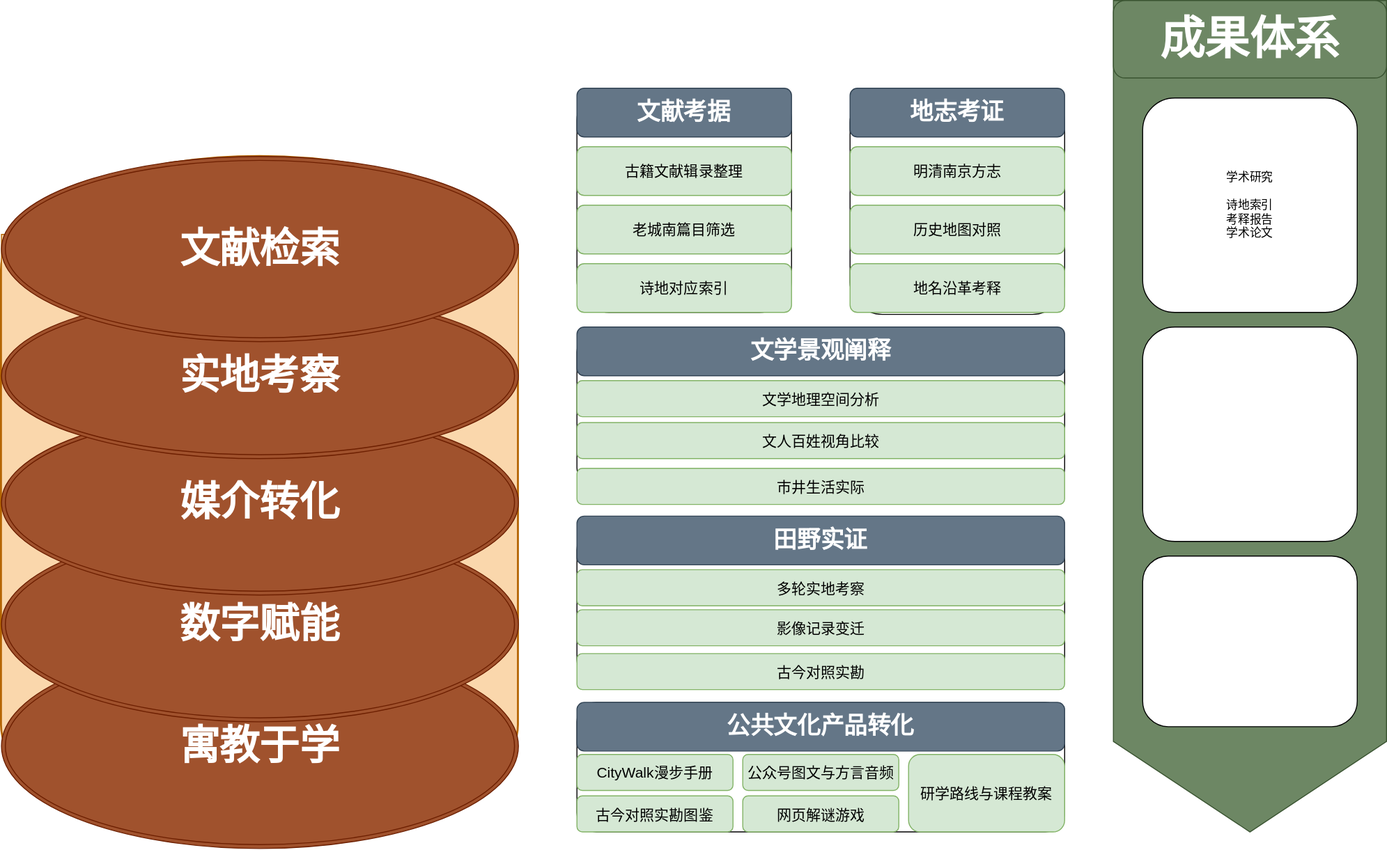
Before: 2.drawio.svg, a diagram exported from draw.io (shuxilin06/ToMyLife2.0). Source tidied: cells renumbered, new cells last; positions are measured from the earlier drawing's top-left corner, leaving out a move shared by most shapes.
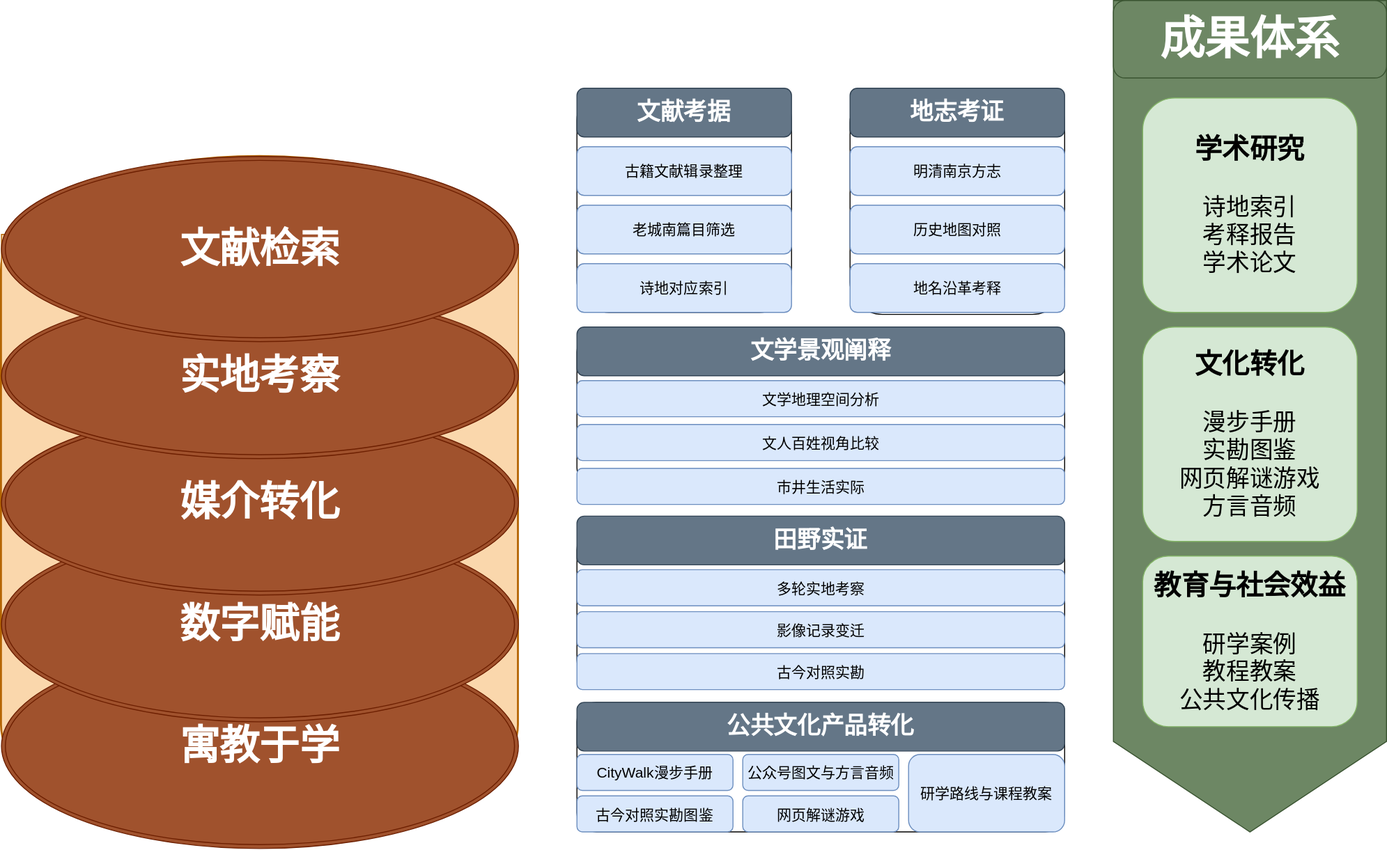
Later version of the same file.

The edit, as a diff of the source:
```diff
@@ -44,67 +44,67 @@
     <mxCell id="15" value="文献考据" style="rounded=1;whiteSpace=wrap;html=1;roundedPerimeter=1;fillColor=#647687;strokeColor=#314354;fontColor=#ffffff;fontSize=24;fontStyle=1;" parent="1" vertex="1">
       <mxGeometry x="590" y="90" width="220" height="50" as="geometry" />
     </mxCell>
-    <mxCell id="16" value="古籍文献辑录整理" style="rounded=1;whiteSpace=wrap;html=1;roundedPerimeter=1;fillColor=#d5e8d4;strokeColor=#82b366;fontSize=15;" parent="1" vertex="1">
+    <mxCell id="16" value="古籍文献辑录整理" style="rounded=1;whiteSpace=wrap;html=1;roundedPerimeter=1;fillColor=#dae8fc;strokeColor=#6c8ebf;fontSize=15;" parent="1" vertex="1">
       <mxGeometry x="590" y="150" width="220" height="50" as="geometry" />
     </mxCell>
-    <mxCell id="17" value="老城南篇目筛选" style="rounded=1;whiteSpace=wrap;html=1;roundedPerimeter=1;fillColor=#d5e8d4;strokeColor=#82b366;fontSize=15;" parent="1" vertex="1">
+    <mxCell id="17" value="老城南篇目筛选" style="rounded=1;whiteSpace=wrap;html=1;roundedPerimeter=1;fillColor=#dae8fc;strokeColor=#6c8ebf;fontSize=15;" parent="1" vertex="1">
       <mxGeometry x="590" y="210" width="220" height="50" as="geometry" />
     </mxCell>
-    <mxCell id="18" value="诗地对应索引" style="rounded=1;whiteSpace=wrap;html=1;roundedPerimeter=1;fillColor=#d5e8d4;strokeColor=#82b366;fontSize=15;" parent="1" vertex="1">
+    <mxCell id="18" value="诗地对应索引" style="rounded=1;whiteSpace=wrap;html=1;roundedPerimeter=1;fillColor=#dae8fc;strokeColor=#6c8ebf;fontSize=15;" parent="1" vertex="1">
       <mxGeometry x="590" y="270" width="220" height="50" as="geometry" />
     </mxCell>
     <mxCell id="19" value="地志考证" style="rounded=1;whiteSpace=wrap;html=1;roundedPerimeter=1;fillColor=#647687;strokeColor=#314354;fontColor=#ffffff;fontSize=24;fontStyle=1;" parent="1" vertex="1">
       <mxGeometry x="870" y="90" width="220" height="50" as="geometry" />
     </mxCell>
-    <mxCell id="20" value="明清南京方志" style="rounded=1;whiteSpace=wrap;html=1;roundedPerimeter=1;fillColor=#d5e8d4;strokeColor=#82b366;fontSize=15;" parent="1" vertex="1">
+    <mxCell id="20" value="明清南京方志" style="rounded=1;whiteSpace=wrap;html=1;roundedPerimeter=1;fillColor=#dae8fc;strokeColor=#6c8ebf;fontSize=15;" parent="1" vertex="1">
       <mxGeometry x="870" y="150" width="220" height="50" as="geometry" />
     </mxCell>
-    <mxCell id="21" value="历史地图对照" style="rounded=1;whiteSpace=wrap;html=1;roundedPerimeter=1;fillColor=#d5e8d4;strokeColor=#82b366;fontSize=15;" parent="1" vertex="1">
+    <mxCell id="21" value="历史地图对照" style="rounded=1;whiteSpace=wrap;html=1;roundedPerimeter=1;fillColor=#dae8fc;strokeColor=#6c8ebf;fontSize=15;" parent="1" vertex="1">
       <mxGeometry x="870" y="210" width="220" height="50" as="geometry" />
     </mxCell>
-    <mxCell id="22" value="地名沿革考释" style="rounded=1;whiteSpace=wrap;html=1;roundedPerimeter=1;fillColor=#d5e8d4;strokeColor=#82b366;fontSize=15;" parent="1" vertex="1">
+    <mxCell id="22" value="地名沿革考释" style="rounded=1;whiteSpace=wrap;html=1;roundedPerimeter=1;fillColor=#dae8fc;strokeColor=#6c8ebf;fontSize=15;" parent="1" vertex="1">
       <mxGeometry x="870" y="270" width="220" height="50" as="geometry" />
     </mxCell>
     <mxCell id="23" value="文学景观阐释" style="rounded=1;whiteSpace=wrap;html=1;roundedPerimeter=1;fillColor=#647687;strokeColor=#314354;fontColor=#ffffff;fontSize=24;fontStyle=1;" parent="1" vertex="1">
       <mxGeometry x="590" y="335" width="500" height="50" as="geometry" />
     </mxCell>
-    <mxCell id="24" value="文人百姓视角比较" style="rounded=1;whiteSpace=wrap;html=1;roundedPerimeter=1;fillColor=#d5e8d4;strokeColor=#82b366;fontSize=15;" parent="1" vertex="1">
-      <mxGeometry x="590" y="433" width="500" height="37" as="geometry" />
+    <mxCell id="24" value="文人百姓视角比较" style="rounded=1;whiteSpace=wrap;html=1;roundedPerimeter=1;fillColor=#dae8fc;strokeColor=#6c8ebf;fontSize=15;" parent="1" vertex="1">
+      <mxGeometry x="590" y="435" width="500" height="37" as="geometry" />
     </mxCell>
-    <mxCell id="25" value="市井生活实际" style="rounded=1;whiteSpace=wrap;html=1;roundedPerimeter=1;fillColor=#d5e8d4;strokeColor=#82b366;fontSize=15;" parent="1" vertex="1">
+    <mxCell id="25" value="市井生活实际" style="rounded=1;whiteSpace=wrap;html=1;roundedPerimeter=1;fillColor=#dae8fc;strokeColor=#6c8ebf;fontSize=15;" parent="1" vertex="1">
       <mxGeometry x="590" y="480" width="500" height="37" as="geometry" />
     </mxCell>
-    <mxCell id="26" value="文学地理空间分析" style="rounded=1;whiteSpace=wrap;html=1;roundedPerimeter=1;fillColor=#d5e8d4;strokeColor=#82b366;fontSize=15;" parent="1" vertex="1">
+    <mxCell id="26" value="文学地理空间分析" style="rounded=1;whiteSpace=wrap;html=1;roundedPerimeter=1;fillColor=#dae8fc;strokeColor=#6c8ebf;fontSize=15;" parent="1" vertex="1">
       <mxGeometry x="590" y="390" width="500" height="37" as="geometry" />
     </mxCell>
     <mxCell id="27" value="田野实证" style="rounded=1;whiteSpace=wrap;html=1;roundedPerimeter=1;fillColor=#647687;strokeColor=#314354;fontColor=#ffffff;fontSize=24;fontStyle=1;" parent="1" vertex="1">
       <mxGeometry x="590" y="529" width="500" height="50" as="geometry" />
     </mxCell>
-    <mxCell id="28" value="影像记录变迁" style="rounded=1;whiteSpace=wrap;html=1;roundedPerimeter=1;fillColor=#d5e8d4;strokeColor=#82b366;fontSize=15;" parent="1" vertex="1">
-      <mxGeometry x="590" y="625" width="500" height="37" as="geometry" />
+    <mxCell id="28" value="影像记录变迁" style="rounded=1;whiteSpace=wrap;html=1;roundedPerimeter=1;fillColor=#dae8fc;strokeColor=#6c8ebf;fontSize=15;" parent="1" vertex="1">
+      <mxGeometry x="590" y="627" width="500" height="37" as="geometry" />
     </mxCell>
-    <mxCell id="29" value="古今对照实勘" style="rounded=1;whiteSpace=wrap;html=1;roundedPerimeter=1;fillColor=#d5e8d4;strokeColor=#82b366;fontSize=15;" parent="1" vertex="1">
+    <mxCell id="29" value="古今对照实勘" style="rounded=1;whiteSpace=wrap;html=1;roundedPerimeter=1;fillColor=#dae8fc;strokeColor=#6c8ebf;fontSize=15;" parent="1" vertex="1">
       <mxGeometry x="590" y="670" width="500" height="37" as="geometry" />
     </mxCell>
-    <mxCell id="30" value="多轮实地考察" style="rounded=1;whiteSpace=wrap;html=1;roundedPerimeter=1;fillColor=#d5e8d4;strokeColor=#82b366;fontSize=15;" parent="1" vertex="1">
+    <mxCell id="30" value="多轮实地考察" style="rounded=1;whiteSpace=wrap;html=1;roundedPerimeter=1;fillColor=#dae8fc;strokeColor=#6c8ebf;fontSize=15;" parent="1" vertex="1">
       <mxGeometry x="590" y="584" width="500" height="37" as="geometry" />
     </mxCell>
     <mxCell id="31" value="公共文化产品转化" style="rounded=1;whiteSpace=wrap;html=1;roundedPerimeter=1;fillColor=#647687;strokeColor=#314354;fontColor=#ffffff;fontSize=24;fontStyle=1;" parent="1" vertex="1">
       <mxGeometry x="590" y="720" width="500" height="50" as="geometry" />
     </mxCell>
-    <mxCell id="32" value="CityWalk漫步手册" style="rounded=1;whiteSpace=wrap;html=1;roundedPerimeter=1;fillColor=#d5e8d4;strokeColor=#82b366;fontSize=15;" parent="1" vertex="1">
+    <mxCell id="32" value="CityWalk漫步手册" style="rounded=1;whiteSpace=wrap;html=1;roundedPerimeter=1;fillColor=#dae8fc;strokeColor=#6c8ebf;fontSize=15;" parent="1" vertex="1">
       <mxGeometry x="590" y="773.5" width="160" height="37" as="geometry" />
     </mxCell>
-    <mxCell id="33" value="古今对照实勘图鉴" style="rounded=1;whiteSpace=wrap;html=1;roundedPerimeter=1;fillColor=#d5e8d4;strokeColor=#82b366;fontSize=15;" parent="1" vertex="1">
+    <mxCell id="33" value="古今对照实勘图鉴" style="rounded=1;whiteSpace=wrap;html=1;roundedPerimeter=1;fillColor=#dae8fc;strokeColor=#6c8ebf;fontSize=15;" parent="1" vertex="1">
       <mxGeometry x="590" y="816" width="160" height="37" as="geometry" />
     </mxCell>
-    <mxCell id="34" value="公众号图文与方言音频" style="rounded=1;whiteSpace=wrap;html=1;roundedPerimeter=1;fillColor=#d5e8d4;strokeColor=#82b366;fontSize=15;" parent="1" vertex="1">
+    <mxCell id="34" value="公众号图文与方言音频" style="rounded=1;whiteSpace=wrap;html=1;roundedPerimeter=1;fillColor=#dae8fc;strokeColor=#6c8ebf;fontSize=15;" parent="1" vertex="1">
       <mxGeometry x="760" y="773.5" width="160" height="37" as="geometry" />
     </mxCell>
-    <mxCell id="35" value="网页解谜游戏" style="rounded=1;whiteSpace=wrap;html=1;roundedPerimeter=1;fillColor=#d5e8d4;strokeColor=#82b366;fontSize=15;" parent="1" vertex="1">
+    <mxCell id="35" value="网页解谜游戏" style="rounded=1;whiteSpace=wrap;html=1;roundedPerimeter=1;fillColor=#dae8fc;strokeColor=#6c8ebf;fontSize=15;" parent="1" vertex="1">
       <mxGeometry x="760" y="816" width="160" height="37" as="geometry" />
     </mxCell>
-    <mxCell id="36" value="研学路线与课程教案" style="rounded=1;whiteSpace=wrap;html=1;roundedPerimeter=1;fillColor=#d5e8d4;strokeColor=#82b366;fontSize=15;" parent="1" vertex="1">
+    <mxCell id="36" value="研学路线与课程教案" style="rounded=1;whiteSpace=wrap;html=1;roundedPerimeter=1;fillColor=#dae8fc;strokeColor=#6c8ebf;fontSize=15;" parent="1" vertex="1">
       <mxGeometry x="930" y="773.5" width="160" height="79.5" as="geometry" />
     </mxCell>
     <mxCell id="37" style="verticalLabelPosition=bottom;verticalAlign=top;html=1;shape=offPageConnector;rounded=0;size=0.10878112712975098;labelPerimeter=1;fillColor=#6d8764;fontColor=#ffffff;strokeColor=#3A5431;" parent="1" vertex="1">
@@ -113,13 +113,13 @@
     <mxCell id="38" value="成果体系" style="rounded=1;whiteSpace=wrap;html=1;roundedPerimeter=1;fontSize=46;fontStyle=1;fillColor=#6d8764;fontColor=#ffffff;strokeColor=#3A5431;" parent="1" vertex="1">
       <mxGeometry x="1140" width="280" height="79.5" as="geometry" />
     </mxCell>
-    <mxCell id="39" value="学术研究&lt;div&gt;&lt;br&gt;&lt;/div&gt;&lt;div&gt;诗地索引&lt;/div&gt;&lt;div&gt;考释报告&lt;/div&gt;&lt;div&gt;学术论文&lt;/div&gt;" style="rounded=1;whiteSpace=wrap;html=1;roundedPerimeter=1;" parent="1" vertex="1">
+    <mxCell id="39" value="&lt;b&gt;&lt;font style=&quot;font-size: 28px;&quot;&gt;学术研究&lt;/font&gt;&lt;/b&gt;&lt;div&gt;&lt;br&gt;&lt;/div&gt;&lt;div&gt;诗地索引&lt;/div&gt;&lt;div&gt;考释报告&lt;/div&gt;&lt;div&gt;学术论文&lt;/div&gt;" style="rounded=1;whiteSpace=wrap;html=1;roundedPerimeter=1;fillColor=#d5e8d4;strokeColor=#82b366;fontSize=24;" parent="1" vertex="1">
       <mxGeometry x="1170" y="100" width="220" height="220" as="geometry" />
     </mxCell>
-    <mxCell id="40" style="rounded=1;whiteSpace=wrap;html=1;roundedPerimeter=1;" parent="1" vertex="1">
+    <mxCell id="40" value="&lt;font style=&quot;font-size: 28px;&quot;&gt;&lt;b&gt;文化转化&lt;/b&gt;&lt;/font&gt;&lt;div&gt;&lt;br&gt;&lt;/div&gt;&lt;div&gt;漫步手册&lt;/div&gt;&lt;div&gt;实勘图鉴&lt;/div&gt;&lt;div&gt;网页解谜游戏&lt;/div&gt;&lt;div&gt;方言音频&lt;/div&gt;" style="rounded=1;whiteSpace=wrap;html=1;roundedPerimeter=1;fillColor=#d5e8d4;strokeColor=#82b366;fontSize=24;" parent="1" vertex="1">
       <mxGeometry x="1170" y="335" width="220" height="220" as="geometry" />
     </mxCell>
-    <mxCell id="41" style="rounded=1;whiteSpace=wrap;html=1;roundedPerimeter=1;" parent="1" vertex="1">
+    <mxCell id="41" value="&lt;font style=&quot;font-size: 28px;&quot;&gt;&lt;b&gt;教育与社会效益&lt;/b&gt;&lt;/font&gt;&lt;div&gt;&lt;br&gt;&lt;/div&gt;&lt;div&gt;研学案例&lt;/div&gt;&lt;div&gt;教程教案&lt;/div&gt;&lt;div&gt;公共文化传播&lt;/div&gt;" style="rounded=1;whiteSpace=wrap;html=1;roundedPerimeter=1;fillColor=#d5e8d4;strokeColor=#82b366;fontSize=24;" parent="1" vertex="1">
       <mxGeometry x="1170" y="570" width="220" height="175" as="geometry" />
     </mxCell>
   </root>
```
